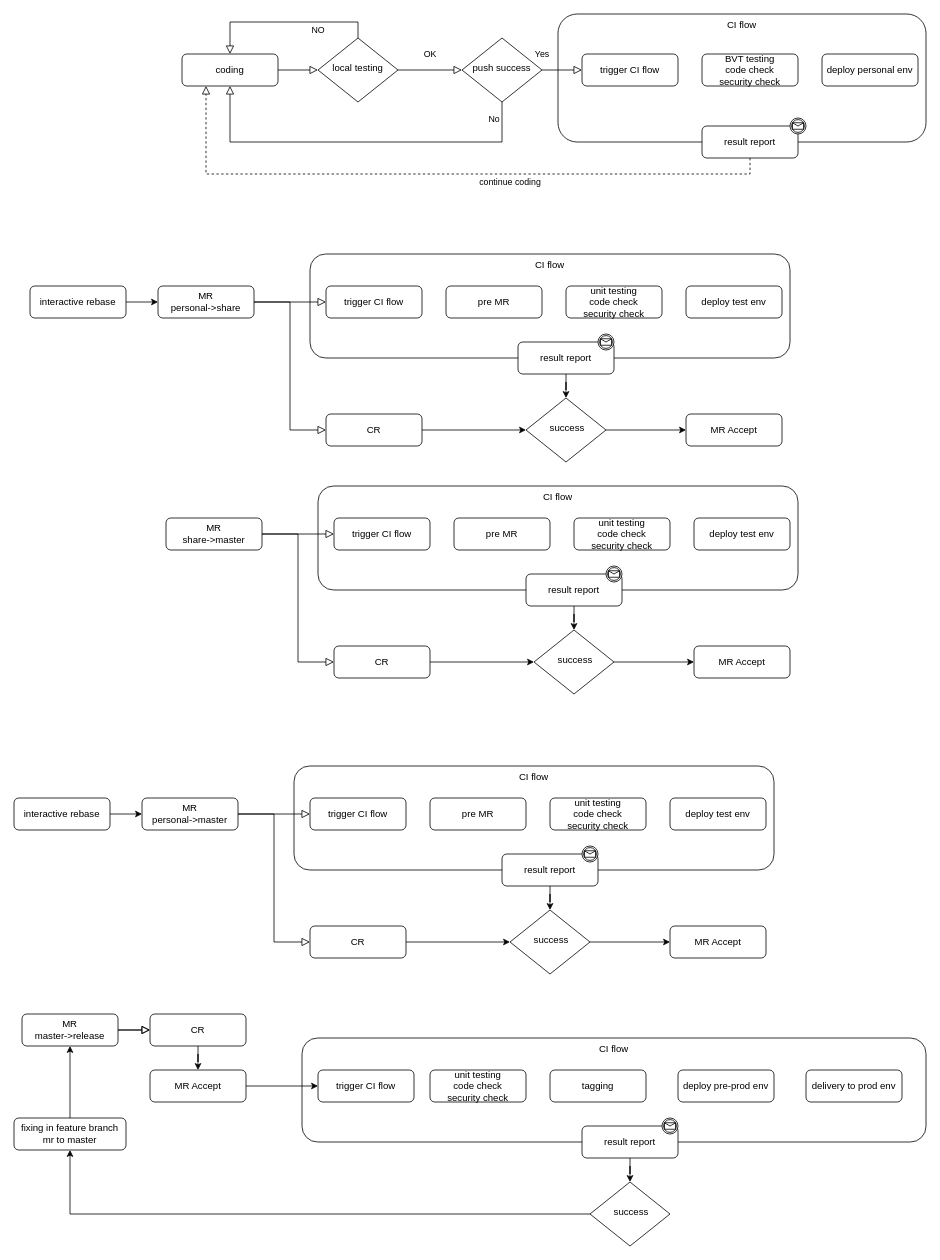
Before: page "Page-1" (1 of 2) of Untitled Diagram.drawio in lufy2010/cicd, a draw.io diagram. Source tidied: cells renumbered, new cells numbered last; positions are measured from the earlier drawing's top-left corner, leaving out a move shared by most shapes. Both pictures are drawn from the tidied source at 80%, with x=0, y=0 at pixel (14, 14).
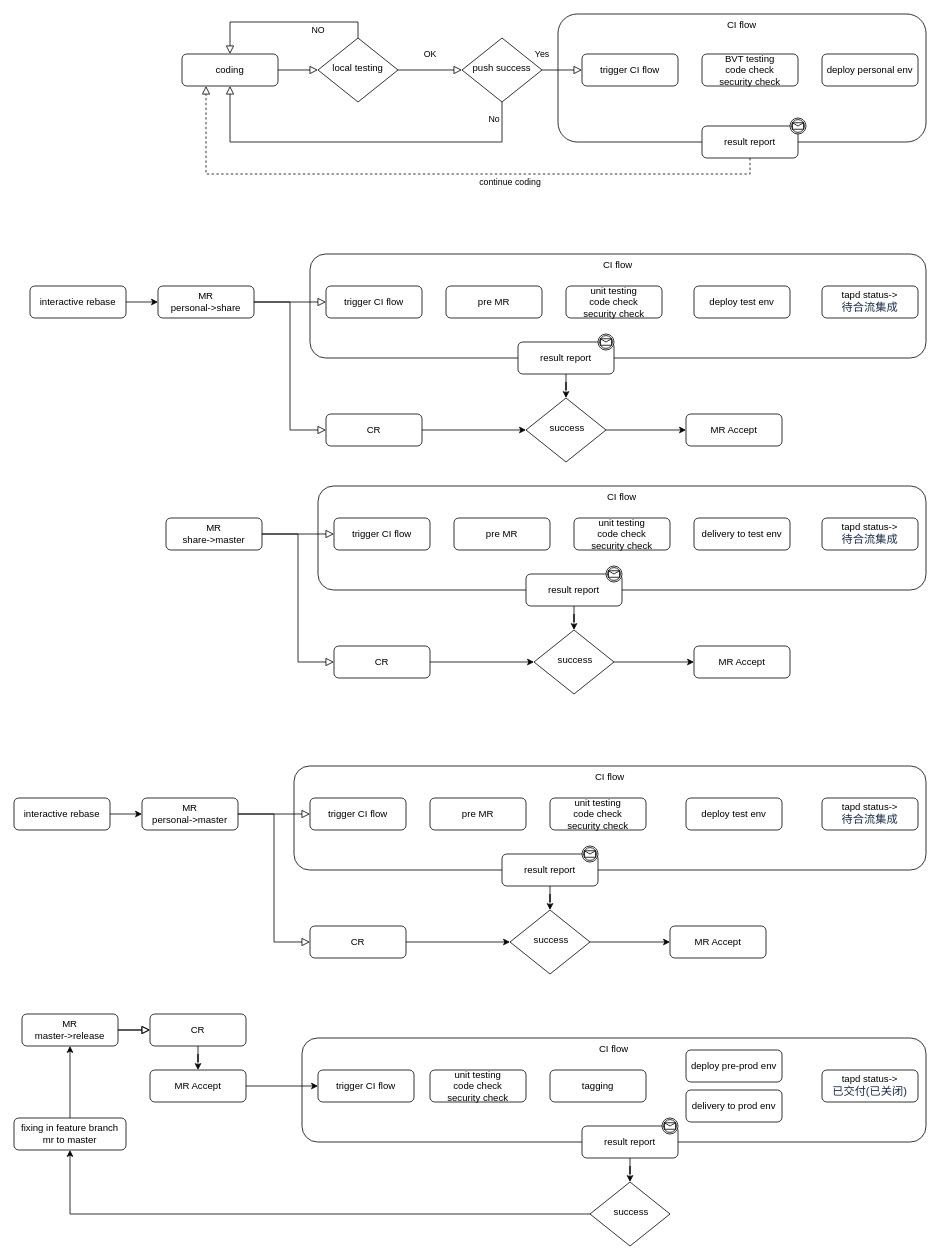
After the change.

The edit, as a diff of the source:
```diff
@@
+    <mxCell id="53" value="CI flow" style="html=1;whiteSpace=wrap;rounded=1;gradientColor=none;fillColor=none;verticalAlign=top;" parent="1" vertex="1">
+      <mxGeometry x="370" y="300" width="770" height="130" as="geometry" />
+    </mxCell>
+    <mxCell id="71" value="CI flow" style="html=1;whiteSpace=wrap;rounded=1;gradientColor=none;fillColor=none;verticalAlign=top;" parent="1" vertex="1">
+      <mxGeometry x="380" y="590" width="760" height="130" as="geometry" />
+    </mxCell>
+    <mxCell id="24" value="CI flow" style="html=1;whiteSpace=wrap;rounded=1;gradientColor=none;fillColor=none;verticalAlign=top;" parent="1" vertex="1">
+      <mxGeometry x="350" y="940" width="790" height="130" as="geometry" />
+    </mxCell>
@@
     <mxCell id="23" value="deploy test env" style="rounded=1;whiteSpace=wrap;html=1;fontSize=12;glass=0;strokeWidth=1;shadow=0;" parent="1" vertex="1">
-      <mxGeometry x="820" y="980" width="120" height="40" as="geometry" />
+      <mxGeometry x="840" y="980" width="120" height="40" as="geometry" />
     </mxCell>
-    <mxCell id="24" value="CI flow" style="html=1;whiteSpace=wrap;rounded=1;gradientColor=none;fillColor=none;verticalAlign=top;" parent="1" vertex="1">
-      <mxGeometry x="350" y="940" width="600" height="130" as="geometry" />
-    </mxCell>
@@
     <mxCell id="37" value="deploy pre-prod env" style="rounded=1;whiteSpace=wrap;html=1;fontSize=12;glass=0;strokeWidth=1;shadow=0;" parent="1" vertex="1">
-      <mxGeometry x="830" y="1320" width="120" height="40" as="geometry" />
+      <mxGeometry x="840" y="1295" width="120" height="40" as="geometry" />
     </mxCell>
@@
     <mxCell id="52" value="deploy test env" style="rounded=1;whiteSpace=wrap;html=1;fontSize=12;glass=0;strokeWidth=1;shadow=0;" parent="1" vertex="1">
-      <mxGeometry x="840" y="340" width="120" height="40" as="geometry" />
+      <mxGeometry x="850" y="340" width="120" height="40" as="geometry" />
     </mxCell>
-    <mxCell id="53" value="CI flow" style="html=1;whiteSpace=wrap;rounded=1;gradientColor=none;fillColor=none;verticalAlign=top;" parent="1" vertex="1">
-      <mxGeometry x="370" y="300" width="600" height="130" as="geometry" />
-    </mxCell>
@@
-    <mxCell id="70" value="deploy test env" style="rounded=1;whiteSpace=wrap;html=1;fontSize=12;glass=0;strokeWidth=1;shadow=0;" parent="1" vertex="1">
-      <mxGeometry x="850" y="630" width="120" height="40" as="geometry" />
+    <mxCell id="70" value="&lt;div style=&quot;text-align: left&quot;&gt;&lt;span&gt;tapd status-&amp;gt;&lt;/span&gt;&lt;/div&gt;&lt;div style=&quot;text-align: left&quot;&gt;&lt;span style=&quot;color: rgb(23 , 43 , 77) ; font-size: 14px ; background-color: rgb(255 , 255 , 255)&quot;&gt;待合流集成&lt;/span&gt;&lt;br&gt;&lt;/div&gt;" style="rounded=1;whiteSpace=wrap;html=1;fontSize=12;glass=0;strokeWidth=1;shadow=0;" parent="1" vertex="1">
+      <mxGeometry x="1010" y="630" width="120" height="40" as="geometry" />
     </mxCell>
-    <mxCell id="71" value="CI flow" style="html=1;whiteSpace=wrap;rounded=1;gradientColor=none;fillColor=none;verticalAlign=top;" parent="1" vertex="1">
-      <mxGeometry x="380" y="590" width="600" height="130" as="geometry" />
-    </mxCell>
@@
     <mxCell id="88" value="delivery to prod env" style="rounded=1;whiteSpace=wrap;html=1;fontSize=12;glass=0;strokeWidth=1;shadow=0;" parent="1" vertex="1">
-      <mxGeometry x="990" y="1320" width="120" height="40" as="geometry" />
+      <mxGeometry x="840" y="1345" width="120" height="40" as="geometry" />
     </mxCell>
+    <mxCell id="89" value="delivery to test env" style="rounded=1;whiteSpace=wrap;html=1;fontSize=12;glass=0;strokeWidth=1;shadow=0;" parent="1" vertex="1">
+      <mxGeometry x="850" y="630" width="120" height="40" as="geometry" />
+    </mxCell>
+    <mxCell id="90" value="&lt;div style=&quot;text-align: left&quot;&gt;&lt;span&gt;tapd status-&amp;gt;&lt;/span&gt;&lt;/div&gt;&lt;div style=&quot;text-align: left&quot;&gt;&lt;span style=&quot;color: rgb(23 , 43 , 77) ; font-size: 14px ; background-color: rgb(255 , 255 , 255)&quot;&gt;待合流集成&lt;/span&gt;&lt;br&gt;&lt;/div&gt;" style="rounded=1;whiteSpace=wrap;html=1;fontSize=12;glass=0;strokeWidth=1;shadow=0;" parent="1" vertex="1">
+      <mxGeometry x="1010" y="340" width="120" height="40" as="geometry" />
+    </mxCell>
+    <mxCell id="91" value="tapd status-&amp;gt;&lt;br&gt;&lt;span style=&quot;color: rgb(23 , 43 , 77) ; font-size: 14px ; text-align: left ; background-color: rgb(255 , 255 , 255)&quot;&gt;待合流集成&lt;/span&gt;" style="rounded=1;whiteSpace=wrap;html=1;fontSize=12;glass=0;strokeWidth=1;shadow=0;" parent="1" vertex="1">
+      <mxGeometry x="1010" y="980" width="120" height="40" as="geometry" />
+    </mxCell>
+    <mxCell id="92" value="tapd status-&amp;gt;&lt;br&gt;&lt;div&gt;&lt;font color=&quot;#172b4d&quot;&gt;&lt;span style=&quot;font-size: 14px ; background-color: rgb(255 , 255 , 255)&quot;&gt;已交付(已关闭)&lt;/span&gt;&lt;/font&gt;&lt;/div&gt;" style="rounded=1;whiteSpace=wrap;html=1;fontSize=12;glass=0;strokeWidth=1;shadow=0;align=center;textDirection=ltr;" parent="1" vertex="1">
+      <mxGeometry x="1010" y="1320" width="120" height="40" as="geometry" />
+    </mxCell>
```
